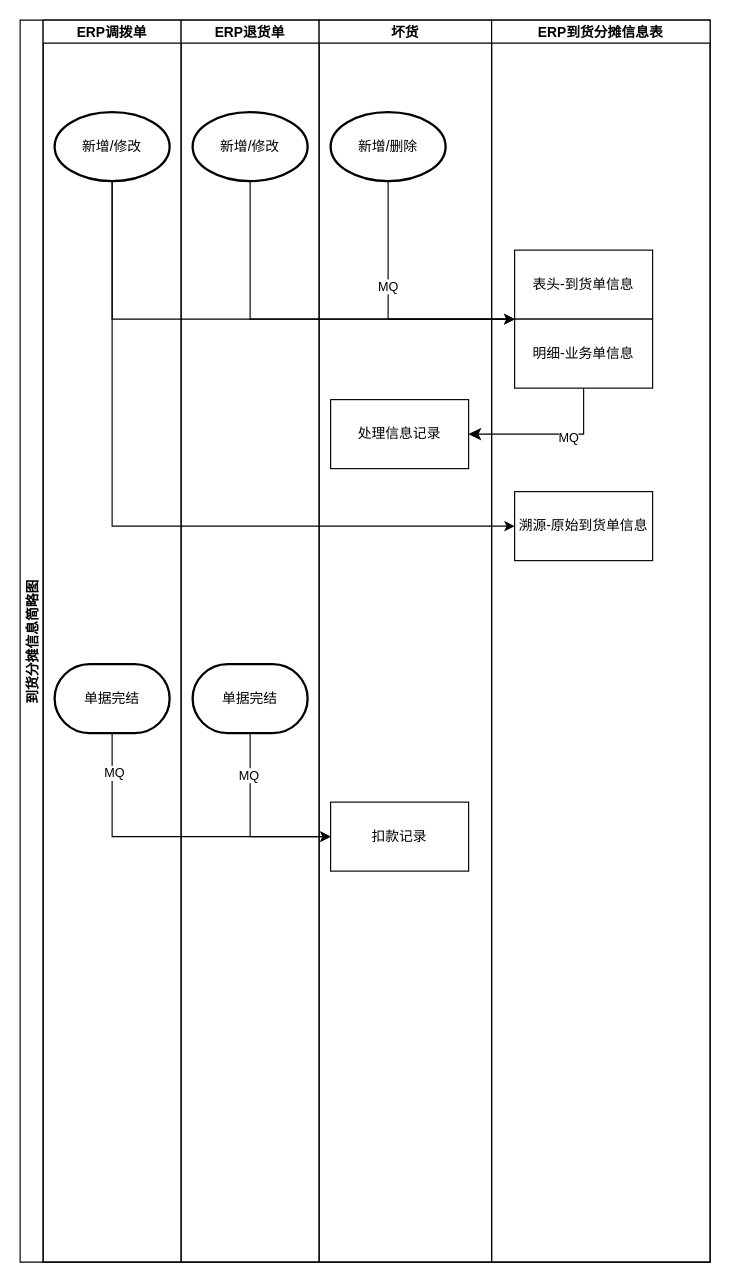
The draw.io diagram 退货坏货调拨控制到货数量.drawio in fengj1202/draw, before the edit. Source tidied: cells renumbered, new cells numbered last; positions are measured from the earlier drawing's top-left corner, leaving out a move shared by most shapes. Both pictures are drawn from the tidied source at 115%, with x=0, y=0 at pixel (20, 20).
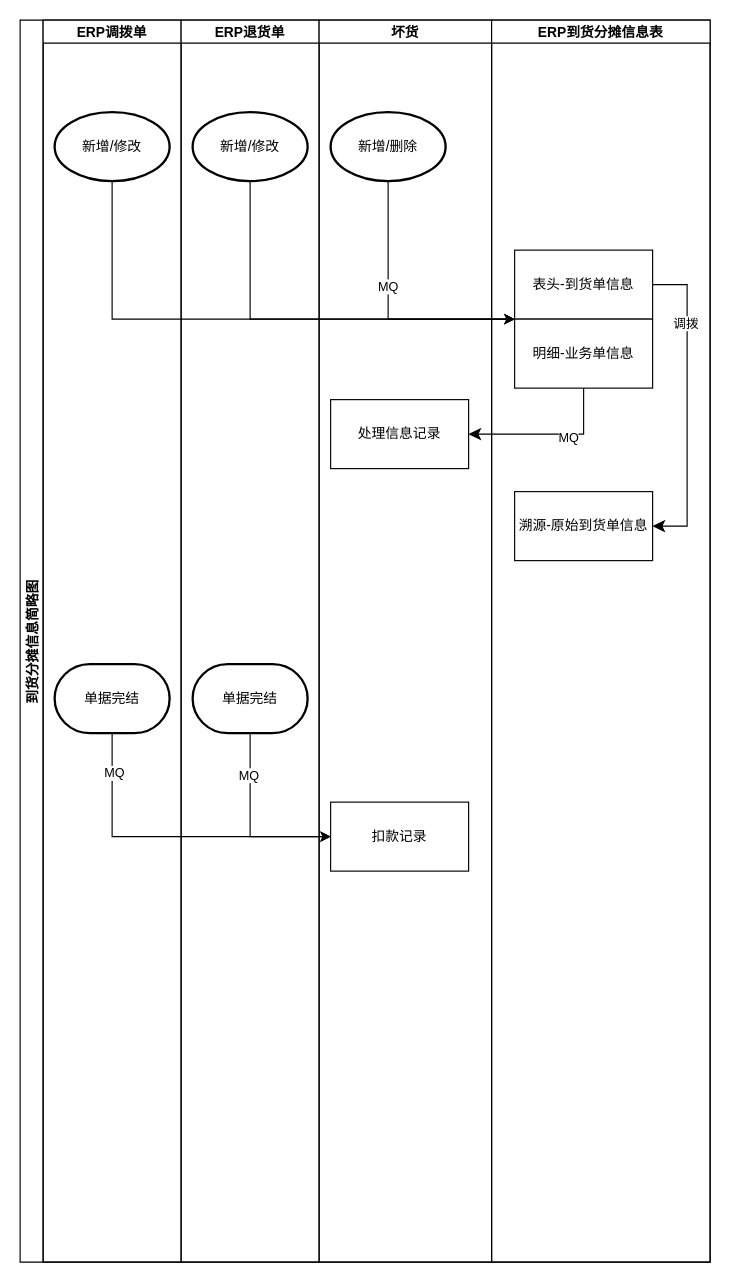
The same page after the edit.

Commit message:
更新退货坏货调拨控制到货数量.drawio

The change refers to these unchanged cells:
```xml
<mxCell id="2" value="到货分摊信息简略图" style="swimlane;startSize=20;horizontal=0;" parent="1" vertex="1">
  <mxGeometry width="600" height="1080" as="geometry" />
</mxCell>
<mxCell id="4" value="新增/修改" style="strokeWidth=2;html=1;shape=mxgraph.flowchart.start_1;whiteSpace=wrap;" parent="3" vertex="1">
  <mxGeometry x="10" y="80" width="100" height="60" as="geometry" />
</mxCell>
<mxCell id="13" value="ERP到货分摊信息表" style="swimlane;startSize=20;" parent="2" vertex="1">
  <mxGeometry x="410" width="190" height="1080" as="geometry" />
</mxCell>
<mxCell id="14" value="表头-到货单信息" style="whiteSpace=wrap;html=1;align=center;newEdgeStyle={&quot;edgeStyle&quot;:&quot;elbowEdgeStyle&quot;,&quot;startArrow&quot;:&quot;none&quot;,&quot;endArrow&quot;:&quot;none&quot;};" parent="13" vertex="1">
  <mxGeometry x="20" y="200" width="120" height="60" as="geometry" />
</mxCell>
<mxCell id="16" value="溯源-原始到货单信息" style="whiteSpace=wrap;html=1;align=center;newEdgeStyle={&quot;edgeStyle&quot;:&quot;elbowEdgeStyle&quot;,&quot;startArrow&quot;:&quot;none&quot;,&quot;endArrow&quot;:&quot;none&quot;};" parent="13" vertex="1">
  <mxGeometry x="20" y="410" width="120" height="60" as="geometry" />
</mxCell>
```

Diff of the diagram source:
```diff
@@
+    <mxCell id="28" style="edgeStyle=segmentEdgeStyle;endArrow=classic;html=1;curved=0;rounded=0;endSize=8;startSize=8;exitX=1;exitY=0.5;exitDx=0;exitDy=0;entryX=1;entryY=0.5;entryDx=0;entryDy=0;" parent="13" edge="1" source="14" target="16">
+      <mxGeometry relative="1" as="geometry">
+        <Array as="points">
+          <mxPoint x="170" y="230" />
+          <mxPoint x="170" y="440" />
+        </Array>
+      </mxGeometry>
+    </mxCell>
+    <mxCell id="29" value="调拨" style="edgeLabel;html=1;align=center;verticalAlign=middle;" parent="28" vertex="1">
+      <mxGeometry x="-0.53" y="-2" relative="1" as="geometry" />
+    </mxCell>
@@
-    <mxCell id="21" style="edgeStyle=orthogonalEdgeStyle;rounded=0;jettySize=auto;html=1;exitX=0.5;exitY=1;exitDx=0;exitDy=0;exitPerimeter=0;entryX=0;entryY=0.5;entryDx=0;entryDy=0;" parent="2" edge="1" source="4" target="16">
-      <mxGeometry relative="1" as="geometry" />
-    </mxCell>
```
